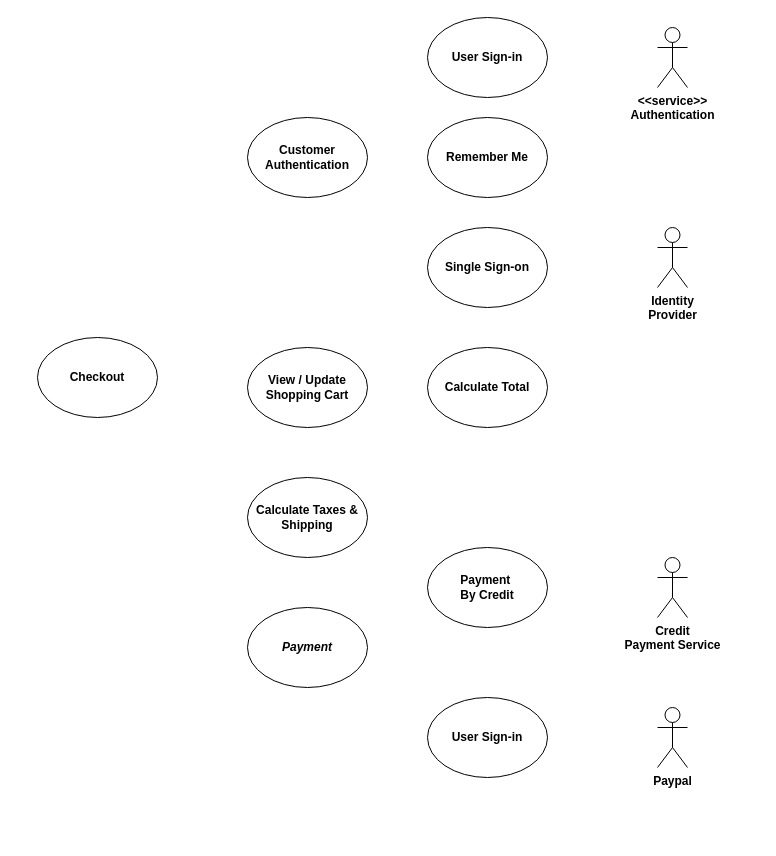
This is Untitled Diagram.drawio from minh071289/AI_system, a draw.io file, before an edit. Source tidied: cells renumbered, new cells numbered last; positions are measured from the earlier drawing's top-left corner, leaving out a move shared by most shapes. Both pictures are drawn from the tidied source at 100%, with x=0, y=0 at pixel (37, 17).
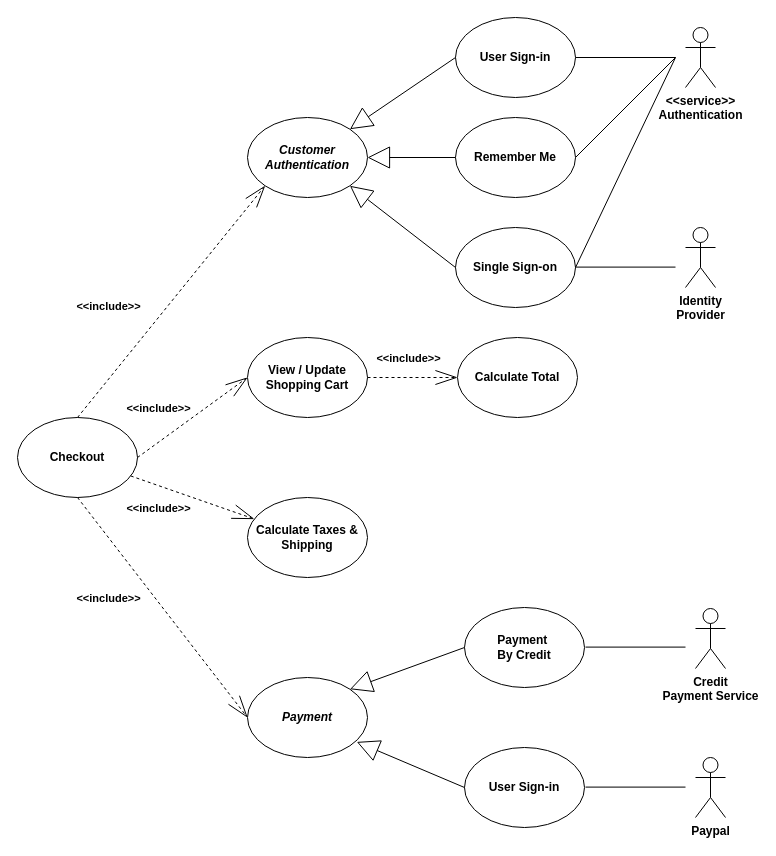
The same diagram, later.

What changed in the source:
```diff
@@
     <mxCell id="2" value="&lt;b&gt;Checkout&lt;/b&gt;" style="ellipse;whiteSpace=wrap;html=1;" parent="1" vertex="1">
-      <mxGeometry y="320" width="120" height="80" as="geometry" />
+      <mxGeometry x="-20" y="400" width="120" height="80" as="geometry" />
     </mxCell>
-    <mxCell id="3" value="&lt;b&gt;Customer&lt;/b&gt;&lt;div&gt;&lt;b&gt;Authentication&lt;/b&gt;&lt;/div&gt;" style="ellipse;whiteSpace=wrap;html=1;" parent="1" vertex="1">
+    <mxCell id="3" value="&lt;b&gt;&lt;i&gt;Customer&lt;/i&gt;&lt;/b&gt;&lt;div&gt;&lt;b&gt;&lt;i&gt;Authentication&lt;/i&gt;&lt;/b&gt;&lt;/div&gt;" style="ellipse;whiteSpace=wrap;html=1;" parent="1" vertex="1">
       <mxGeometry x="210" y="100" width="120" height="80" as="geometry" />
     </mxCell>
     <mxCell id="4" value="&lt;b&gt;View / Update&lt;/b&gt;&lt;div&gt;&lt;b&gt;Shopping Cart&lt;/b&gt;&lt;/div&gt;" style="ellipse;whiteSpace=wrap;html=1;" parent="1" vertex="1">
-      <mxGeometry x="210" y="330" width="120" height="80" as="geometry" />
+      <mxGeometry x="210" y="320" width="120" height="80" as="geometry" />
     </mxCell>
     <mxCell id="5" value="&lt;b&gt;Calculate Taxes &amp;amp;&lt;/b&gt;&lt;div&gt;&lt;b&gt;Shipping&lt;/b&gt;&lt;/div&gt;" style="ellipse;whiteSpace=wrap;html=1;" parent="1" vertex="1">
-      <mxGeometry x="210" y="460" width="120" height="80" as="geometry" />
+      <mxGeometry x="210" y="480" width="120" height="80" as="geometry" />
     </mxCell>
     <mxCell id="6" value="&lt;b&gt;&lt;i&gt;Payment&lt;/i&gt;&lt;/b&gt;" style="ellipse;whiteSpace=wrap;html=1;" parent="1" vertex="1">
-      <mxGeometry x="210" y="590" width="120" height="80" as="geometry" />
+      <mxGeometry x="210" y="660" width="120" height="80" as="geometry" />
     </mxCell>
     <mxCell id="7" value="&lt;b&gt;Calculate Total&lt;/b&gt;" style="ellipse;whiteSpace=wrap;html=1;" parent="1" vertex="1">
-      <mxGeometry x="390" y="330" width="120" height="80" as="geometry" />
+      <mxGeometry x="420" y="320" width="120" height="80" as="geometry" />
     </mxCell>
     <mxCell id="8" value="&lt;b&gt;User Sign-in&lt;/b&gt;" style="ellipse;whiteSpace=wrap;html=1;" parent="1" vertex="1">
-      <mxGeometry x="390" width="120" height="80" as="geometry" />
+      <mxGeometry x="418" width="120" height="80" as="geometry" />
     </mxCell>
     <mxCell id="9" value="&lt;b&gt;Remember Me&lt;/b&gt;" style="ellipse;whiteSpace=wrap;html=1;" parent="1" vertex="1">
-      <mxGeometry x="390" y="100" width="120" height="80" as="geometry" />
+      <mxGeometry x="418" y="100" width="120" height="80" as="geometry" />
     </mxCell>
     <mxCell id="10" value="&lt;b&gt;Single Sign-on&lt;/b&gt;" style="ellipse;whiteSpace=wrap;html=1;" parent="1" vertex="1">
-      <mxGeometry x="390" y="210" width="120" height="80" as="geometry" />
+      <mxGeometry x="418" y="210" width="120" height="80" as="geometry" />
     </mxCell>
     <mxCell id="11" value="&lt;b&gt;&amp;lt;&amp;lt;service&amp;gt;&amp;gt;&lt;/b&gt;&lt;div&gt;&lt;b&gt;Authentication&lt;/b&gt;&lt;/div&gt;" style="shape=umlActor;verticalLabelPosition=bottom;verticalAlign=top;html=1;" parent="1" vertex="1">
-      <mxGeometry x="620" y="10" width="30" height="60" as="geometry" />
+      <mxGeometry x="648" y="10" width="30" height="60" as="geometry" />
     </mxCell>
     <mxCell id="12" value="&lt;b&gt;Identity&lt;/b&gt;&lt;div&gt;&lt;b&gt;Provider&lt;/b&gt;&lt;/div&gt;" style="shape=umlActor;verticalLabelPosition=bottom;verticalAlign=top;html=1;" parent="1" vertex="1">
-      <mxGeometry x="620" y="210" width="30" height="60" as="geometry" />
+      <mxGeometry x="648" y="210" width="30" height="60" as="geometry" />
     </mxCell>
     <mxCell id="13" value="&lt;b&gt;Payment&amp;nbsp;&lt;/b&gt;&lt;div&gt;&lt;b&gt;By Credit&lt;/b&gt;&lt;/div&gt;" style="ellipse;whiteSpace=wrap;html=1;" parent="1" vertex="1">
-      <mxGeometry x="390" y="530" width="120" height="80" as="geometry" />
+      <mxGeometry x="427" y="590" width="120" height="80" as="geometry" />
     </mxCell>
     <mxCell id="14" value="&lt;b&gt;User Sign-in&lt;/b&gt;" style="ellipse;whiteSpace=wrap;html=1;" parent="1" vertex="1">
-      <mxGeometry x="390" y="680" width="120" height="80" as="geometry" />
+      <mxGeometry x="427" y="730" width="120" height="80" as="geometry" />
     </mxCell>
     <mxCell id="15" value="&lt;b&gt;Credit&lt;/b&gt;&lt;div&gt;&lt;b&gt;Payment Service&lt;/b&gt;&lt;/div&gt;" style="shape=umlActor;verticalLabelPosition=bottom;verticalAlign=top;html=1;" parent="1" vertex="1">
-      <mxGeometry x="620" y="540" width="30" height="60" as="geometry" />
+      <mxGeometry x="658" y="591" width="30" height="60" as="geometry" />
     </mxCell>
     <mxCell id="16" value="&lt;b&gt;Paypal&lt;/b&gt;" style="shape=umlActor;verticalLabelPosition=bottom;verticalAlign=top;html=1;" parent="1" vertex="1">
-      <mxGeometry x="620" y="690" width="30" height="60" as="geometry" />
+      <mxGeometry x="658" y="740" width="30" height="60" as="geometry" />
     </mxCell>
@@
+    <mxCell id="18" style="endArrow=openThin;html=1;rounded=0;entryX=0;entryY=1;entryDx=0;entryDy=0;exitX=0.5;exitY=0;exitDx=0;exitDy=0;strokeColor=default;dashed=1;endSize=20;endFill=0;" parent="1" edge="1" source="2" target="3">
+      <mxGeometry relative="1" as="geometry" />
+    </mxCell>
+    <mxCell id="19" value="&lt;b&gt;&amp;lt;&amp;lt;include&amp;gt;&amp;gt;&lt;/b&gt;" style="edgeLabel;html=1;align=center;verticalAlign=middle;" parent="18" vertex="1">
+      <mxGeometry x="-0.27" y="-4" relative="1" as="geometry">
+        <mxPoint x="-41" y="-29" as="offset" />
+      </mxGeometry>
+    </mxCell>
+    <mxCell id="20" style="endArrow=openThin;html=1;rounded=0;entryX=0;entryY=0.5;entryDx=0;entryDy=0;exitX=1;exitY=0.5;exitDx=0;exitDy=0;strokeColor=default;dashed=1;endFill=0;endSize=20;" parent="1" edge="1" source="2" target="4">
+      <mxGeometry relative="1" as="geometry" />
+    </mxCell>
+    <mxCell id="21" style="endArrow=openThin;html=1;rounded=0;strokeColor=default;dashed=1;endFill=0;endSize=20;" parent="1" edge="1" source="2" target="5">
+      <mxGeometry relative="1" as="geometry" />
+    </mxCell>
+    <mxCell id="22" style="endArrow=openThin;html=1;rounded=0;strokeColor=default;dashed=1;entryX=0;entryY=0.5;entryDx=0;entryDy=0;exitX=0.5;exitY=1;exitDx=0;exitDy=0;endFill=0;endSize=20;" parent="1" edge="1" source="2" target="6">
+      <mxGeometry relative="1" as="geometry" />
+    </mxCell>
+    <mxCell id="23" style="endArrow=block;html=1;rounded=0;entryX=1;entryY=0;entryDx=0;entryDy=0;exitX=0;exitY=0.5;exitDx=0;exitDy=0;endFill=0;targetPerimeterSpacing=15;endSize=20;" parent="1" edge="1" source="8" target="3">
+      <mxGeometry relative="1" as="geometry" />
+    </mxCell>
+    <mxCell id="24" style="endArrow=block;html=1;rounded=0;entryX=1;entryY=0.5;entryDx=0;entryDy=0;exitX=0;exitY=0.5;exitDx=0;exitDy=0;endFill=0;targetPerimeterSpacing=15;endSize=20;" parent="1" edge="1" source="9" target="3">
+      <mxGeometry relative="1" as="geometry" />
+    </mxCell>
+    <mxCell id="25" style="endArrow=block;html=1;rounded=0;entryX=1;entryY=1;entryDx=0;entryDy=0;exitX=0;exitY=0.5;exitDx=0;exitDy=0;endFill=0;targetPerimeterSpacing=15;endSize=20;" parent="1" edge="1" source="10" target="3">
+      <mxGeometry relative="1" as="geometry" />
+    </mxCell>
+    <mxCell id="26" style="endArrow=none;html=1;rounded=0;endFill=0;exitX=1;exitY=0.5;exitDx=0;exitDy=0;" parent="1" edge="1" source="8">
+      <mxGeometry relative="1" as="geometry">
+        <mxPoint x="638" y="40" as="targetPoint" />
+      </mxGeometry>
+    </mxCell>
+    <mxCell id="27" style="endArrow=none;html=1;rounded=0;endFill=0;exitX=1;exitY=0.5;exitDx=0;exitDy=0;" parent="1" edge="1" source="9">
+      <mxGeometry relative="1" as="geometry">
+        <mxPoint x="638" y="40" as="targetPoint" />
+      </mxGeometry>
+    </mxCell>
+    <mxCell id="28" style="endArrow=none;html=1;rounded=0;endFill=0;exitX=1;exitY=0.5;exitDx=0;exitDy=0;" parent="1" edge="1" source="10">
+      <mxGeometry relative="1" as="geometry">
+        <mxPoint x="638" y="40" as="targetPoint" />
+      </mxGeometry>
+    </mxCell>
+    <mxCell id="29" style="endArrow=none;html=1;rounded=0;endFill=0;exitX=1;exitY=0.5;exitDx=0;exitDy=0;" parent="1" edge="1">
+      <mxGeometry relative="1" as="geometry">
+        <mxPoint x="538" y="249.6" as="sourcePoint" />
+        <mxPoint x="638" y="249.6" as="targetPoint" />
+      </mxGeometry>
+    </mxCell>
+    <mxCell id="30" style="endArrow=openThin;html=1;rounded=0;entryX=0;entryY=0.5;entryDx=0;entryDy=0;strokeColor=default;dashed=1;endSize=20;endFill=0;exitX=1;exitY=0.5;exitDx=0;exitDy=0;" parent="1" edge="1" source="4" target="7">
+      <mxGeometry relative="1" as="geometry" />
+    </mxCell>
+    <mxCell id="31" style="endArrow=block;html=1;rounded=0;exitX=0;exitY=0.5;exitDx=0;exitDy=0;endFill=0;targetPerimeterSpacing=15;endSize=20;entryX=1;entryY=0;entryDx=0;entryDy=0;" parent="1" edge="1" source="13" target="6">
+      <mxGeometry relative="1" as="geometry" />
+    </mxCell>
+    <mxCell id="32" style="endArrow=block;html=1;rounded=0;entryX=0.911;entryY=0.805;entryDx=0;entryDy=0;exitX=0;exitY=0.5;exitDx=0;exitDy=0;endFill=0;targetPerimeterSpacing=15;endSize=20;entryPerimeter=0;" parent="1" edge="1" source="14" target="6">
+      <mxGeometry relative="1" as="geometry" />
+    </mxCell>
+    <mxCell id="33" style="endArrow=none;html=1;rounded=0;endFill=0;exitX=1;exitY=0.5;exitDx=0;exitDy=0;" parent="1" edge="1">
+      <mxGeometry relative="1" as="geometry">
+        <mxPoint x="548" y="629.6" as="sourcePoint" />
+        <mxPoint x="648" y="629.6" as="targetPoint" />
+      </mxGeometry>
+    </mxCell>
+    <mxCell id="34" style="endArrow=none;html=1;rounded=0;endFill=0;exitX=1;exitY=0.5;exitDx=0;exitDy=0;" parent="1" edge="1">
+      <mxGeometry relative="1" as="geometry">
+        <mxPoint x="548" y="769.6" as="sourcePoint" />
+        <mxPoint x="648" y="769.6" as="targetPoint" />
+      </mxGeometry>
+    </mxCell>
+    <mxCell id="35" value="&lt;b&gt;&amp;lt;&amp;lt;include&amp;gt;&amp;gt;&lt;/b&gt;" style="edgeLabel;html=1;align=center;verticalAlign=middle;" parent="1" vertex="1">
+      <mxGeometry x="120" y="390" as="geometry" />
+    </mxCell>
+    <mxCell id="36" value="&lt;b&gt;&amp;lt;&amp;lt;include&amp;gt;&amp;gt;&lt;/b&gt;" style="edgeLabel;html=1;align=center;verticalAlign=middle;" parent="1" vertex="1">
+      <mxGeometry x="120" y="490" as="geometry" />
+    </mxCell>
+    <mxCell id="37" value="&lt;b&gt;&amp;lt;&amp;lt;include&amp;gt;&amp;gt;&lt;/b&gt;" style="edgeLabel;html=1;align=center;verticalAlign=middle;" parent="1" vertex="1">
+      <mxGeometry x="70" y="580" as="geometry" />
+    </mxCell>
+    <mxCell id="38" value="&lt;b&gt;&amp;lt;&amp;lt;include&amp;gt;&amp;gt;&lt;/b&gt;" style="edgeLabel;html=1;align=center;verticalAlign=middle;" parent="1" vertex="1">
+      <mxGeometry x="370" y="340" as="geometry" />
+    </mxCell>
```
